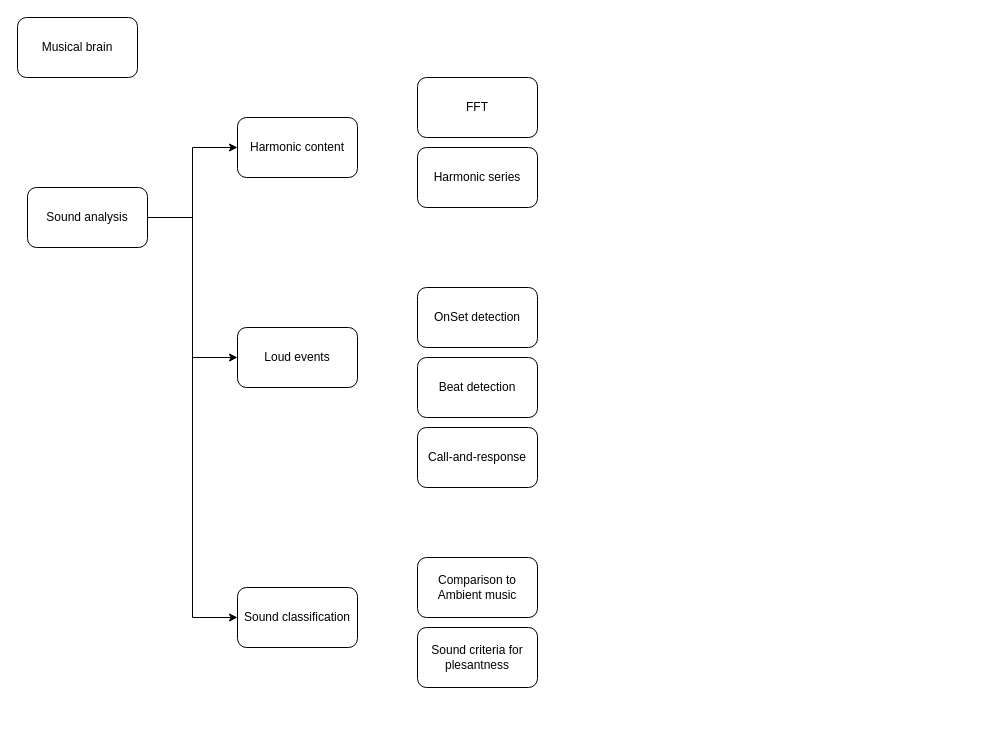
Before: Diagrams/Nice_Noise_Diagram.drawio in prokosim/Nice_Noise, a draw.io diagram. Source tidied: cells renumbered, new cells numbered last; positions are measured from the earlier drawing's top-left corner, leaving out a move shared by most shapes. Both pictures are drawn from the tidied source at 100%, with x=0, y=0 at pixel (17, 17).
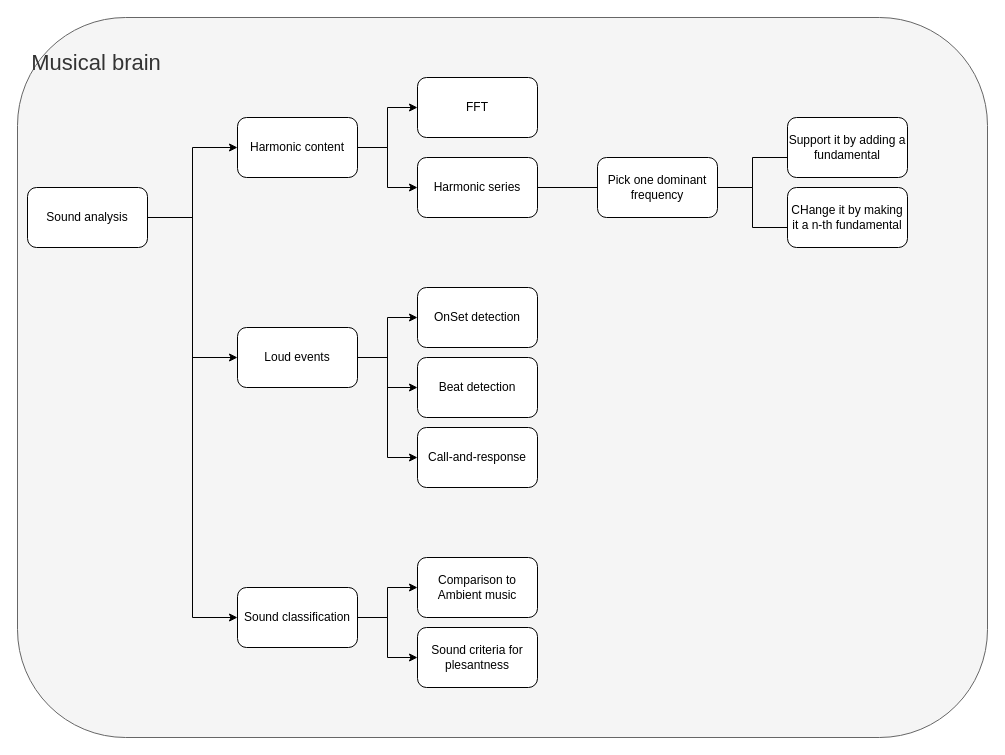
The same page after the edit.

Unchanged cells that the change refers to:
```xml
<mxCell id="7" value="Harmonic content" style="rounded=1;whiteSpace=wrap;html=1;" parent="1" vertex="1">
  <mxGeometry x="220" y="100" width="120" height="60" as="geometry" />
</mxCell>
<mxCell id="8" value="Loud events" style="rounded=1;whiteSpace=wrap;html=1;" parent="1" vertex="1">
  <mxGeometry x="220" y="310" width="120" height="60" as="geometry" />
</mxCell>
<mxCell id="9" value="Sound classification" style="rounded=1;whiteSpace=wrap;html=1;" parent="1" vertex="1">
  <mxGeometry x="220" y="570" width="120" height="60" as="geometry" />
</mxCell>
<mxCell id="10" value="FFT" style="rounded=1;whiteSpace=wrap;html=1;" parent="1" vertex="1">
  <mxGeometry x="400" y="60" width="120" height="60" as="geometry" />
</mxCell>
<mxCell id="12" value="OnSet detection" style="rounded=1;whiteSpace=wrap;html=1;" parent="1" vertex="1">
  <mxGeometry x="400" y="270" width="120" height="60" as="geometry" />
</mxCell>
<mxCell id="13" value="Beat detection" style="rounded=1;whiteSpace=wrap;html=1;" parent="1" vertex="1">
  <mxGeometry x="400" y="340" width="120" height="60" as="geometry" />
</mxCell>
<mxCell id="14" value="Call-and-response" style="rounded=1;whiteSpace=wrap;html=1;" parent="1" vertex="1">
  <mxGeometry x="400" y="410" width="120" height="60" as="geometry" />
</mxCell>
<mxCell id="15" value="Comparison to Ambient music" style="rounded=1;whiteSpace=wrap;html=1;" parent="1" vertex="1">
  <mxGeometry x="400" y="540" width="120" height="60" as="geometry" />
</mxCell>
<mxCell id="16" value="Sound criteria for plesantness" style="rounded=1;whiteSpace=wrap;html=1;sketch=0;shadow=0;glass=0;" parent="1" vertex="1">
  <mxGeometry x="400" y="610" width="120" height="60" as="geometry" />
</mxCell>
```

Diff of the diagram source:
```diff
@@
-    <mxCell id="2" value="Musical brain" style="rounded=1;whiteSpace=wrap;html=1;sketch=0;" parent="1" vertex="1">
-      <mxGeometry width="120" height="60" as="geometry" />
+    <mxCell id="2" value="&lt;font style=&quot;font-size: 22px;&quot;&gt;&lt;br&gt;&lt;span style=&quot;white-space: pre;&quot;&gt;&lt;span style=&quot;white-space: pre;&quot;&gt; &lt;/span&gt; &lt;/span&gt;Musical brain&lt;/font&gt;" style="rounded=1;whiteSpace=wrap;html=1;sketch=0;align=left;verticalAlign=top;fillColor=#f5f5f5;fontColor=#333333;strokeColor=#666666;" parent="1" vertex="1">
+      <mxGeometry width="970" height="720" as="geometry" />
     </mxCell>
@@
+    <mxCell id="17" style="edgeStyle=orthogonalEdgeStyle;rounded=0;jettySize=auto;html=1;" parent="1" edge="1" source="7" target="10">
+      <mxGeometry relative="1" as="geometry" />
+    </mxCell>
+    <mxCell id="18" style="edgeStyle=orthogonalEdgeStyle;rounded=0;jettySize=auto;html=1;" parent="1" edge="1" source="7" target="11">
+      <mxGeometry relative="1" as="geometry" />
+    </mxCell>
@@
+    <mxCell id="19" style="edgeStyle=orthogonalEdgeStyle;rounded=0;jettySize=auto;html=1;" parent="1" edge="1" source="8" target="12">
+      <mxGeometry relative="1" as="geometry" />
+    </mxCell>
+    <mxCell id="20" style="edgeStyle=orthogonalEdgeStyle;rounded=0;jettySize=auto;html=1;" parent="1" edge="1" source="8" target="13">
+      <mxGeometry relative="1" as="geometry" />
+    </mxCell>
+    <mxCell id="21" style="edgeStyle=orthogonalEdgeStyle;rounded=0;jettySize=auto;html=1;entryX=0;entryY=0.5;entryDx=0;entryDy=0;" parent="1" edge="1" source="8" target="14">
+      <mxGeometry relative="1" as="geometry" />
+    </mxCell>
@@
+    <mxCell id="22" style="edgeStyle=orthogonalEdgeStyle;rounded=0;jettySize=auto;html=1;entryX=0;entryY=0.5;entryDx=0;entryDy=0;" parent="1" edge="1" source="9" target="15">
+      <mxGeometry relative="1" as="geometry" />
+    </mxCell>
+    <mxCell id="23" style="edgeStyle=orthogonalEdgeStyle;rounded=0;jettySize=auto;html=1;" parent="1" edge="1" source="9" target="16">
+      <mxGeometry relative="1" as="geometry" />
+    </mxCell>
@@
+    <mxCell id="24" style="edgeStyle=orthogonalEdgeStyle;rounded=0;jettySize=auto;html=1;entryX=0.417;entryY=0.5;entryDx=0;entryDy=0;entryPerimeter=0;" parent="1" edge="1" source="11" target="27">
+      <mxGeometry relative="1" as="geometry" />
+    </mxCell>
     <mxCell id="11" value="Harmonic series" style="rounded=1;whiteSpace=wrap;html=1;" parent="1" vertex="1">
-      <mxGeometry x="400" y="130" width="120" height="60" as="geometry" />
+      <mxGeometry x="400" y="140" width="120" height="60" as="geometry" />
     </mxCell>
@@
+    <mxCell id="25" style="edgeStyle=orthogonalEdgeStyle;rounded=0;jettySize=auto;html=1;entryX=0.5;entryY=0.667;entryDx=0;entryDy=0;entryPerimeter=0;" parent="1" edge="1" source="27" target="28">
+      <mxGeometry relative="1" as="geometry" />
+    </mxCell>
+    <mxCell id="26" style="edgeStyle=orthogonalEdgeStyle;rounded=0;jettySize=auto;html=1;entryX=0.583;entryY=0.667;entryDx=0;entryDy=0;entryPerimeter=0;" parent="1" edge="1" source="27" target="29">
+      <mxGeometry relative="1" as="geometry" />
+    </mxCell>
+    <mxCell id="27" value="Pick one dominant frequency" style="rounded=1;whiteSpace=wrap;html=1;" parent="1" vertex="1">
+      <mxGeometry x="580" y="140" width="120" height="60" as="geometry" />
+    </mxCell>
+    <mxCell id="28" value="Support it by adding a fundamental" style="rounded=1;whiteSpace=wrap;html=1;" parent="1" vertex="1">
+      <mxGeometry x="770" y="100" width="120" height="60" as="geometry" />
+    </mxCell>
+    <mxCell id="29" value="CHange it by making it a n-th fundamental" style="rounded=1;whiteSpace=wrap;html=1;" parent="1" vertex="1">
+      <mxGeometry x="770" y="170" width="120" height="60" as="geometry" />
+    </mxCell>
```
